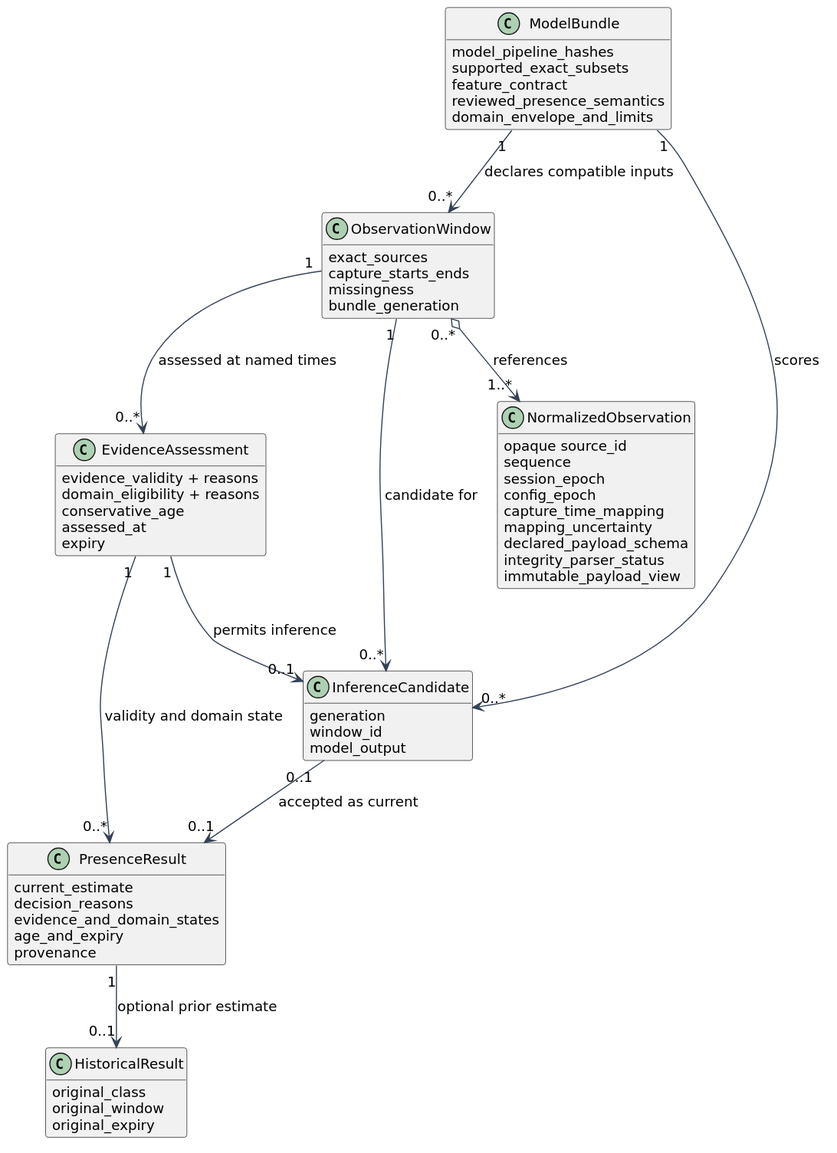
Sage-Cat/cooperative-wifi-presence-monitor keeps this PlantUML diagram as docs/diagrams/core_contract.svg. Above is the earlier version. Its source is kept beside it as docs/diagrams/core_contract.puml.
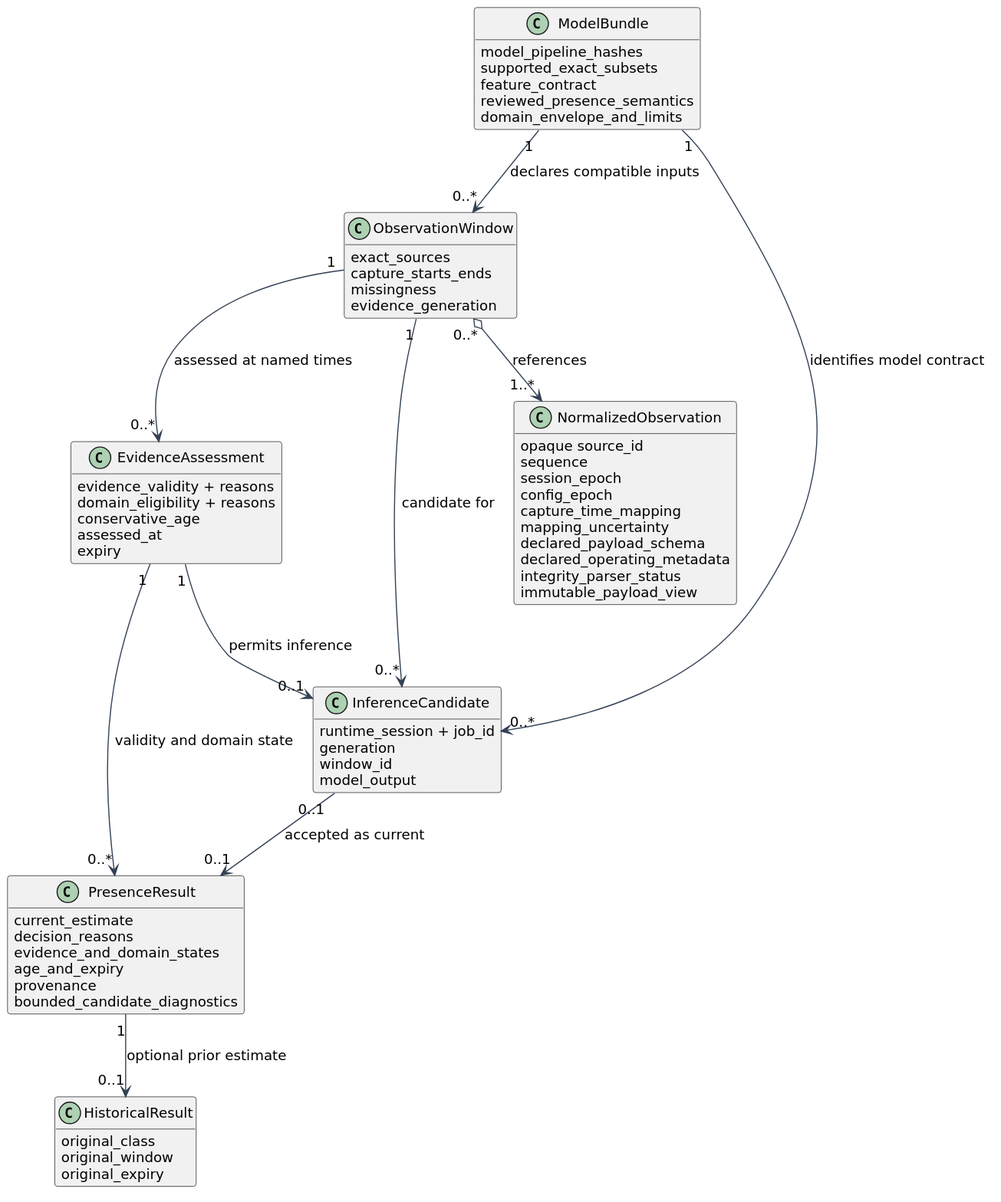
Above is the later version.

The edit, as a diff of the source:
```diff
@@ -15,6 +15,7 @@
   capture_time_mapping
   mapping_uncertainty
   declared_payload_schema
+  declared_operating_metadata
   integrity_parser_status
   immutable_payload_view
 }
@@ -23,7 +24,7 @@
   exact_sources
   capture_starts_ends
   missingness
-  bundle_generation
+  evidence_generation
 }
 
 class ModelBundle {
@@ -43,6 +44,7 @@
 }
 
 class InferenceCandidate {
+  runtime_session + job_id
   generation
   window_id
   model_output
@@ -54,6 +56,7 @@
   evidence_and_domain_states
   age_and_expiry
   provenance
+  bounded_candidate_diagnostics
 }
 
 class HistoricalResult {
@@ -67,7 +70,7 @@
 ModelBundle "1" --> "0..*" ObservationWindow : declares compatible inputs
 EvidenceAssessment "1" --> "0..1" InferenceCandidate : permits inference
 ObservationWindow "1" --> "0..*" InferenceCandidate : candidate for
-ModelBundle "1" --> "0..*" InferenceCandidate : scores
+ModelBundle "1" --> "0..*" InferenceCandidate : identifies model contract
 InferenceCandidate "0..1" --> "0..1" PresenceResult : accepted as current
 EvidenceAssessment "1" --> "0..*" PresenceResult : validity and domain state
 PresenceResult "1" --> "0..1" HistoricalResult : optional prior estimate
```
